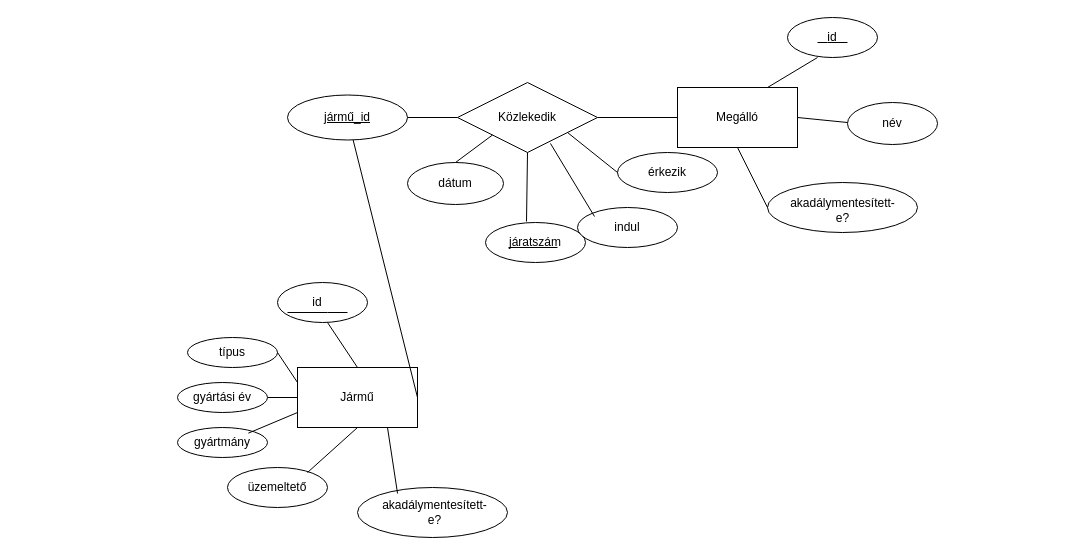
Above: er_modell.drawio in NagyAdamA/adatbazis_proj (draw.io), before the change. Source tidied: cells renumbered, new cells numbered last; positions are measured from the earlier drawing's top-left corner, leaving out a move shared by most shapes. Both pictures are drawn from the tidied source at 100%, with x=0, y=0 at pixel (177, 17).
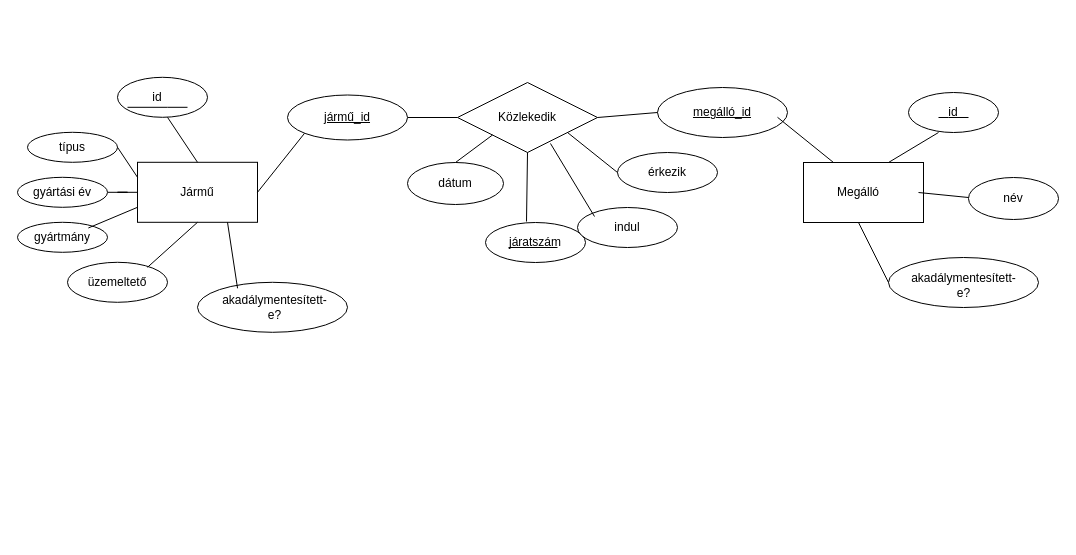
The same page after the edit.

The change refers to these unchanged cells:
```xml
<mxCell id="3" style="rhombus;whiteSpace=wrap;html=1;" parent="1" vertex="1">
  <mxGeometry x="280" y="65" width="140" height="70" as="geometry" />
</mxCell>
<mxCell id="50" value="&lt;u&gt;jármű_id&lt;/u&gt;" style="ellipse;whiteSpace=wrap;html=1;" parent="1" vertex="1">
  <mxGeometry x="110" y="77.5" width="120" height="45" as="geometry" />
</mxCell>
```

Change to the diagram source:
```diff
@@
     <mxCell id="2" style="ellipse;whiteSpace=wrap;html=1;" parent="1" vertex="1">
-      <mxGeometry x="100" y="265" width="90" height="40" as="geometry" />
+      <mxGeometry x="-60" y="59.8" width="90" height="40" as="geometry" />
     </mxCell>
@@
     <mxCell id="5" style="rounded=0;whiteSpace=wrap;html=1;" parent="1" vertex="1">
-      <mxGeometry x="120" y="350" width="120" height="60" as="geometry" />
+      <mxGeometry x="-40" y="144.8" width="120" height="60" as="geometry" />
     </mxCell>
     <mxCell id="6" style="rounded=0;whiteSpace=wrap;html=1;" parent="1" vertex="1">
-      <mxGeometry x="500" y="70" width="120" height="60" as="geometry" />
+      <mxGeometry x="626" y="145" width="120" height="60" as="geometry" />
     </mxCell>
     <mxCell id="7" value="Jármű" style="text;html=1;align=center;verticalAlign=middle;whiteSpace=wrap;rounded=0;" parent="1" vertex="1">
-      <mxGeometry x="150" y="365" width="60" height="30" as="geometry" />
+      <mxGeometry x="-10" y="159.8" width="60" height="30" as="geometry" />
     </mxCell>
     <mxCell id="8" value="Megálló" style="text;html=1;align=center;verticalAlign=middle;whiteSpace=wrap;rounded=0;" parent="1" vertex="1">
-      <mxGeometry x="530" y="85" width="60" height="30" as="geometry" />
+      <mxGeometry x="651" y="160" width="60" height="30" as="geometry" />
     </mxCell>
-    <mxCell id="9" style="endArrow=none;html=1;rounded=0;exitX=1;exitY=0.5;exitDx=0;exitDy=0;" parent="1" edge="1" source="5" target="50">
+    <mxCell id="9" style="endArrow=none;html=1;rounded=0;exitX=1;exitY=0.5;exitDx=0;exitDy=0;entryX=0;entryY=1;entryDx=0;entryDy=0;" parent="1" edge="1" source="5" target="50">
       <mxGeometry relative="1" as="geometry" />
     </mxCell>
-    <mxCell id="10" style="endArrow=none;html=1;rounded=0;entryX=0;entryY=0.5;entryDx=0;entryDy=0;exitX=1;exitY=0.5;exitDx=0;exitDy=0;" parent="1" edge="1" source="3" target="6">
-      <mxGeometry relative="1" as="geometry" />
-    </mxCell>
@@
     <mxCell id="13" value="típus" style="ellipse;whiteSpace=wrap;html=1;" parent="1" vertex="1">
-      <mxGeometry x="10" y="320" width="90" height="30" as="geometry" />
+      <mxGeometry x="-150" y="114.8" width="90" height="30" as="geometry" />
     </mxCell>
     <mxCell id="14" value="gyártmány" style="ellipse;whiteSpace=wrap;html=1;" parent="1" vertex="1">
-      <mxGeometry y="410" width="90" height="30" as="geometry" />
+      <mxGeometry x="-160" y="204.8" width="90" height="30" as="geometry" />
     </mxCell>
     <mxCell id="15" style="ellipse;whiteSpace=wrap;html=1;" parent="1" vertex="1">
-      <mxGeometry x="50" y="450" width="100" height="40" as="geometry" />
+      <mxGeometry x="-110" y="244.8" width="100" height="40" as="geometry" />
     </mxCell>
     <mxCell id="16" value="üzemeltető" style="text;html=1;align=center;verticalAlign=middle;whiteSpace=wrap;rounded=0;" parent="1" vertex="1">
-      <mxGeometry x="70" y="455" width="60" height="30" as="geometry" />
+      <mxGeometry x="-90" y="249.8" width="60" height="30" as="geometry" />
     </mxCell>
     <mxCell id="17" style="endArrow=none;html=1;rounded=0;entryX=0;entryY=0.25;entryDx=0;entryDy=0;" parent="1" edge="1" target="5">
       <mxGeometry relative="1" as="geometry">
-        <mxPoint x="100" y="335" as="sourcePoint" />
+        <mxPoint x="-60" y="129.8" as="sourcePoint" />
       </mxGeometry>
     </mxCell>
@@
     <mxCell id="19" style="endArrow=none;html=1;rounded=0;entryX=0.5;entryY=1;entryDx=0;entryDy=0;" parent="1" edge="1" target="5">
       <mxGeometry relative="1" as="geometry">
-        <mxPoint x="130" y="455" as="sourcePoint" />
+        <mxPoint x="-30" y="249.8" as="sourcePoint" />
       </mxGeometry>
     </mxCell>
     <mxCell id="20" style="endArrow=none;html=1;rounded=0;exitX=0.5;exitY=0;exitDx=0;exitDy=0;" parent="1" edge="1" source="5">
       <mxGeometry relative="1" as="geometry">
-        <mxPoint x="150" y="305" as="targetPoint" />
+        <mxPoint x="-10" y="99.8" as="targetPoint" />
       </mxGeometry>
     </mxCell>
     <mxCell id="21" style="endArrow=none;html=1;rounded=0;" parent="1" edge="1">
       <mxGeometry relative="1" as="geometry">
-        <mxPoint x="110" y="295" as="sourcePoint" />
-        <mxPoint x="170" y="295" as="targetPoint" />
+        <mxPoint x="-50" y="89.8" as="sourcePoint" />
+        <mxPoint x="10" y="89.8" as="targetPoint" />
         <Array as="points">
-          <mxPoint x="150" y="295" />
+          <mxPoint x="-10" y="89.8" />
         </Array>
       </mxGeometry>
     </mxCell>
     <mxCell id="22" style="ellipse;whiteSpace=wrap;html=1;" parent="1" vertex="1">
-      <mxGeometry x="610" width="90" height="40" as="geometry" />
+      <mxGeometry x="731" y="75" width="90" height="40" as="geometry" />
     </mxCell>
     <mxCell id="23" style="ellipse;whiteSpace=wrap;html=1;" parent="1" vertex="1">
-      <mxGeometry x="670" y="85" width="90" height="42" as="geometry" />
+      <mxGeometry x="791" y="160" width="90" height="42" as="geometry" />
     </mxCell>
     <mxCell id="24" style="ellipse;whiteSpace=wrap;html=1;" parent="1" vertex="1">
-      <mxGeometry x="590" y="165" width="150" height="50" as="geometry" />
+      <mxGeometry x="711" y="240" width="150" height="50" as="geometry" />
     </mxCell>
     <mxCell id="25" value="id" style="text;html=1;align=center;verticalAlign=middle;whiteSpace=wrap;rounded=0;strokeColor=none;" parent="1" vertex="1">
-      <mxGeometry x="625" y="5" width="60" height="30" as="geometry" />
+      <mxGeometry x="746" y="80" width="60" height="30" as="geometry" />
     </mxCell>
     <mxCell id="26" value="név" style="text;html=1;align=center;verticalAlign=middle;whiteSpace=wrap;rounded=0;" parent="1" vertex="1">
-      <mxGeometry x="685" y="91" width="60" height="30" as="geometry" />
+      <mxGeometry x="806" y="166" width="60" height="30" as="geometry" />
     </mxCell>
     <mxCell id="27" value="akadálymentesített-e?" style="text;html=1;align=center;verticalAlign=middle;whiteSpace=wrap;rounded=0;" parent="1" vertex="1">
-      <mxGeometry x="627.5" y="175" width="75" height="35" as="geometry" />
+      <mxGeometry x="748.5" y="250" width="75" height="35" as="geometry" />
     </mxCell>
-    <mxCell id="28" style="endArrow=none;html=1;rounded=0;exitX=0;exitY=0.5;exitDx=0;exitDy=0;entryX=0.5;entryY=1;entryDx=0;entryDy=0;" parent="1" edge="1" source="24" target="6">
-      <mxGeometry relative="1" as="geometry" />
+    <mxCell id="28" style="endArrow=none;html=1;rounded=0;exitX=0;exitY=0.5;exitDx=0;exitDy=0;entryX=0.5;entryY=1;entryDx=0;entryDy=0;" parent="1" edge="1" source="24">
+      <mxGeometry relative="1" as="geometry">
+        <mxPoint x="681" y="205" as="targetPoint" />
+      </mxGeometry>
     </mxCell>
-    <mxCell id="29" style="endArrow=none;html=1;rounded=0;exitX=0.75;exitY=0;exitDx=0;exitDy=0;" parent="1" edge="1" source="6">
+    <mxCell id="29" style="endArrow=none;html=1;rounded=0;exitX=0.75;exitY=0;exitDx=0;exitDy=0;" parent="1" edge="1">
       <mxGeometry relative="1" as="geometry">
-        <mxPoint x="640" y="40" as="targetPoint" />
+        <mxPoint x="711" y="145" as="sourcePoint" />
+        <mxPoint x="761" y="115" as="targetPoint" />
       </mxGeometry>
     </mxCell>
-    <mxCell id="30" style="endArrow=none;html=1;rounded=0;exitX=1;exitY=0.5;exitDx=0;exitDy=0;" parent="1" edge="1" source="6">
+    <mxCell id="30" style="endArrow=none;html=1;rounded=0;exitX=1;exitY=0.5;exitDx=0;exitDy=0;" parent="1" edge="1">
       <mxGeometry relative="1" as="geometry">
-        <mxPoint x="670" y="105" as="targetPoint" />
+        <mxPoint x="741" y="175" as="sourcePoint" />
+        <mxPoint x="791" y="180" as="targetPoint" />
       </mxGeometry>
     </mxCell>
@@
     <mxCell id="38" value="id" style="text;html=1;align=center;verticalAlign=middle;whiteSpace=wrap;rounded=0;" parent="1" vertex="1">
-      <mxGeometry x="110" y="270" width="60" height="30" as="geometry" />
+      <mxGeometry x="-50" y="64.8" width="60" height="30" as="geometry" />
     </mxCell>
     <mxCell id="39" style="endArrow=none;html=1;rounded=0;" parent="1" edge="1">
       <mxGeometry relative="1" as="geometry">
-        <mxPoint x="640" y="25" as="sourcePoint" />
-        <mxPoint x="670" y="25" as="targetPoint" />
+        <mxPoint x="761" y="100" as="sourcePoint" />
+        <mxPoint x="791" y="100" as="targetPoint" />
         <Array as="points">
-          <mxPoint x="650" y="25" />
+          <mxPoint x="771" y="100" />
         </Array>
       </mxGeometry>
     </mxCell>
@@
     <mxCell id="43" style="ellipse;whiteSpace=wrap;html=1;" parent="1" vertex="1">
-      <mxGeometry x="180" y="470" width="150" height="50" as="geometry" />
+      <mxGeometry x="20" y="264.8" width="150" height="50" as="geometry" />
     </mxCell>
     <mxCell id="44" value="akadálymentesített-e?" style="text;html=1;align=center;verticalAlign=middle;whiteSpace=wrap;rounded=0;" parent="1" vertex="1">
-      <mxGeometry x="220" y="477.5" width="75" height="35" as="geometry" />
+      <mxGeometry x="60" y="272.3" width="75" height="35" as="geometry" />
     </mxCell>
@@
     <mxCell id="47" value="gyártási év" style="ellipse;whiteSpace=wrap;html=1;" parent="1" vertex="1">
-      <mxGeometry y="365" width="90" height="30" as="geometry" />
+      <mxGeometry x="-160" y="159.8" width="90" height="30" as="geometry" />
     </mxCell>
@@
+    <mxCell id="51" value="&lt;u&gt;megálló_id&lt;/u&gt;" style="ellipse;whiteSpace=wrap;html=1;" parent="1" vertex="1">
+      <mxGeometry x="480" y="70" width="130" height="50" as="geometry" />
+    </mxCell>
+    <mxCell id="52" style="endArrow=none;html=1;rounded=0;fontSize=12;startSize=8;endSize=8;entryX=0.25;entryY=0;entryDx=0;entryDy=0;" parent="1" edge="1" target="6">
+      <mxGeometry relative="1" as="geometry">
+        <mxPoint x="600" y="99.8" as="sourcePoint" />
+      </mxGeometry>
+    </mxCell>
+    <mxCell id="53" style="endArrow=none;html=1;rounded=0;fontSize=12;startSize=8;endSize=8;exitX=1;exitY=0.5;exitDx=0;exitDy=0;entryX=0;entryY=0.5;entryDx=0;entryDy=0;" parent="1" edge="1" source="3" target="51">
+      <mxGeometry relative="1" as="geometry" />
+    </mxCell>
```
